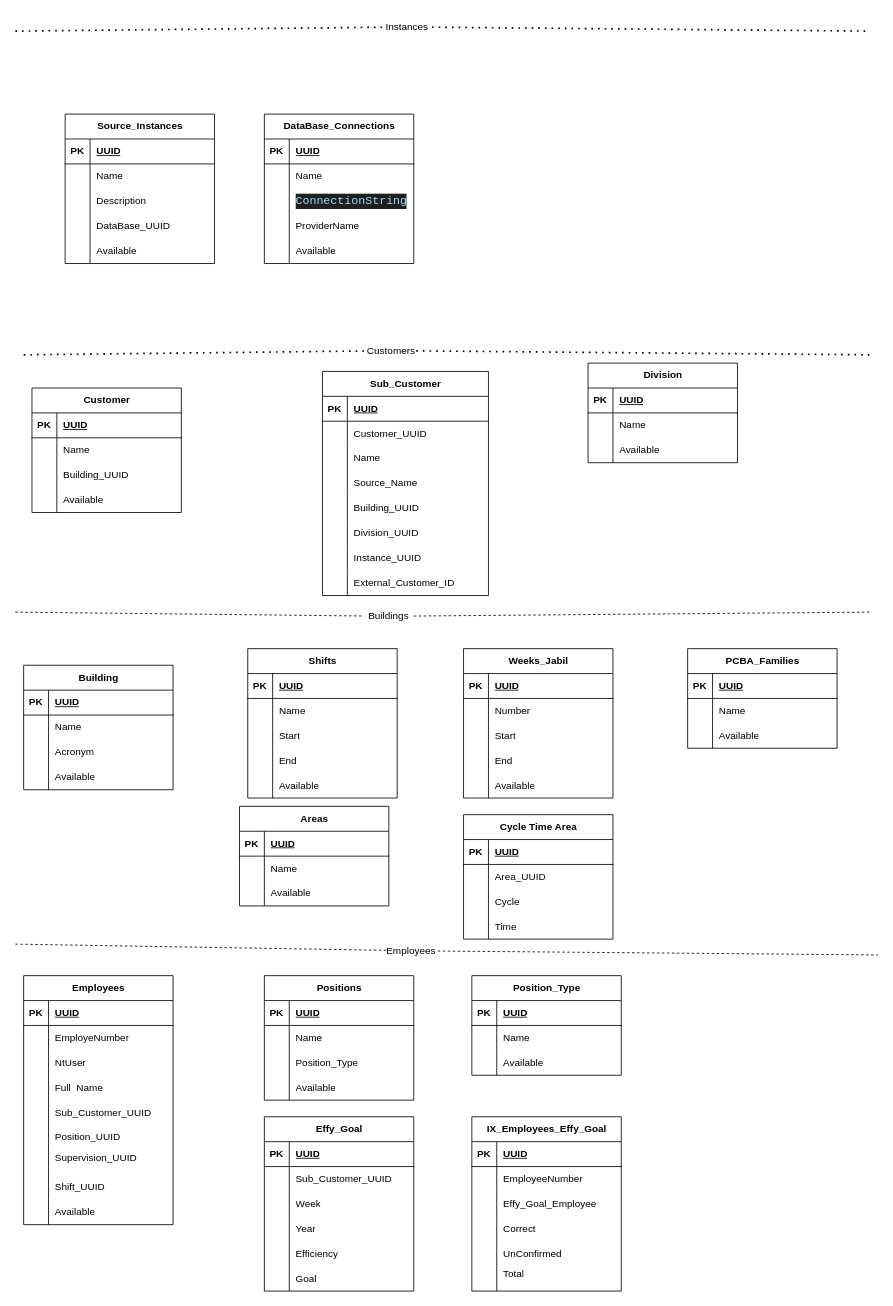
byok22/backend keeps this draw.io diagram as page "Modelos" (1 of 6) of Untitled Diagram.drawio. Above is the earlier version. Source tidied: cells renumbered, new cells numbered last; positions are measured from the earlier drawing's top-left corner, leaving out a move shared by most shapes. Both pictures are drawn from the tidied source at 83%, with x=0, y=0 at pixel (15, 14).
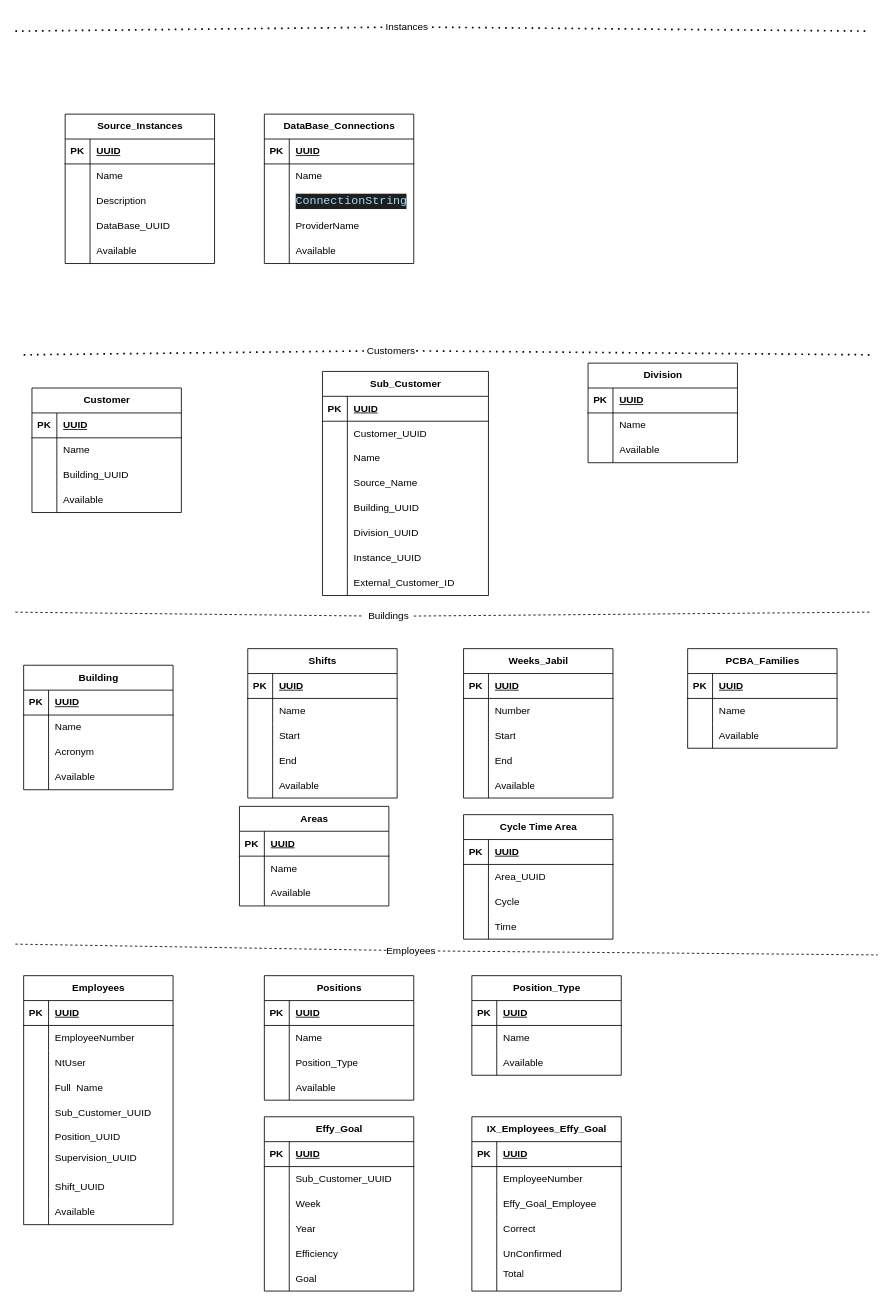
The same page after the edit.

The change refers to these unchanged cells:
```xml
<mxCell id="99" style="shape=tableRow;horizontal=0;startSize=0;swimlaneHead=0;swimlaneBody=0;fillColor=none;top=0;left=0;right=0;bottom=0;" parent="95" vertex="1">
  <mxGeometry y="60" width="180" height="30" as="geometry" />
</mxCell>
```

The edit, as a diff of the source:
```diff
@@
-    <mxCell id="101" value="EmployeNumber" style="shape=partialRectangle;fillColor=none;top=0;left=0;bottom=0;right=0;align=left;spacingLeft=6;overflow=hidden;whiteSpace=wrap;html=1;" parent="99" vertex="1">
+    <mxCell id="101" value="EmployeeNumber" style="shape=partialRectangle;fillColor=none;top=0;left=0;bottom=0;right=0;align=left;spacingLeft=6;overflow=hidden;whiteSpace=wrap;html=1;" parent="99" vertex="1">
       <mxGeometry x="30" width="150" height="30" as="geometry" />
     </mxCell>
```
